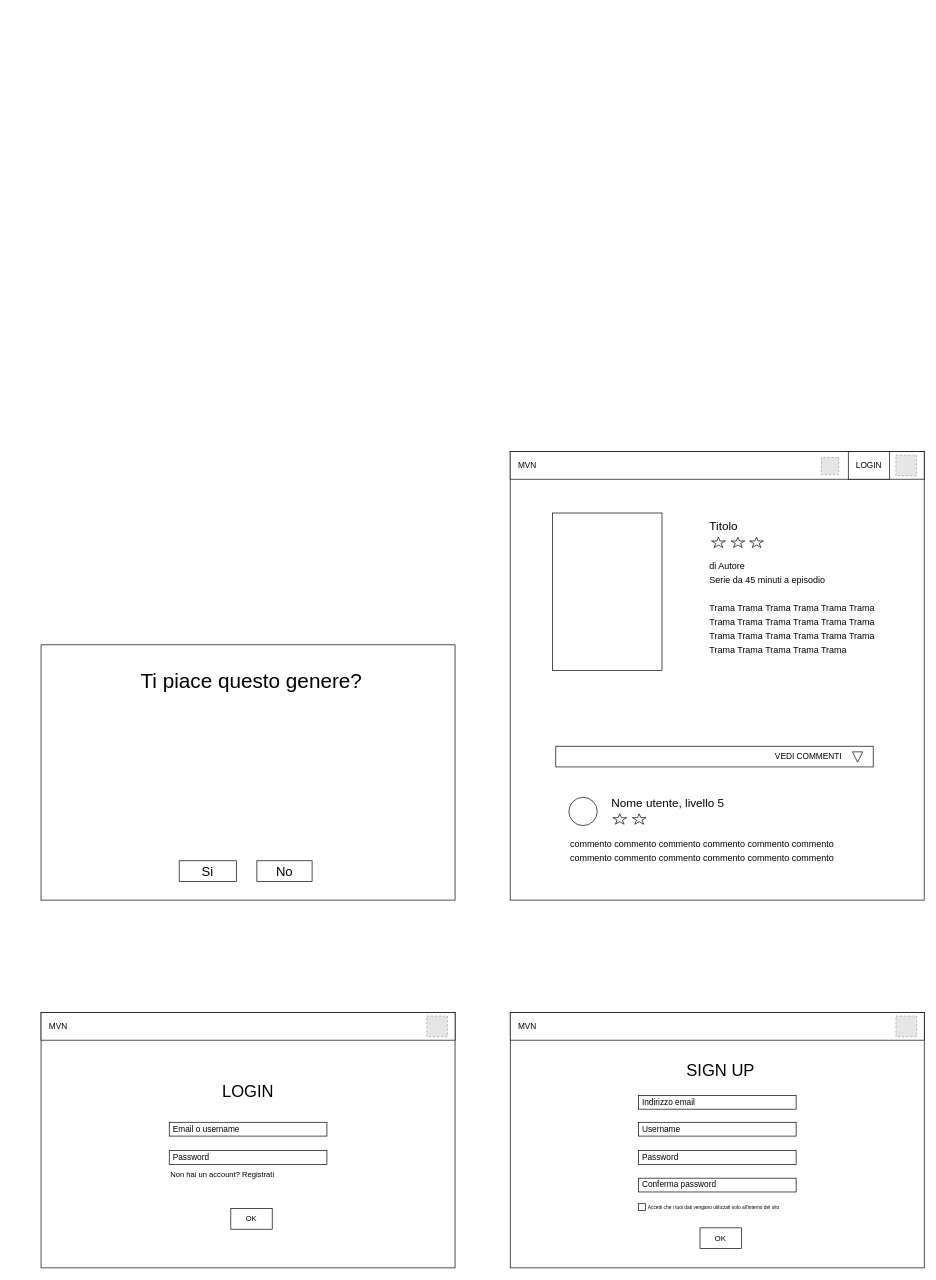
Above: FrontendSection1.drawio in Organizzazione-IngSoftware/D1Mockup (draw.io), before the change. Source tidied: cells renumbered, new cells numbered last; positions are measured from the earlier drawing's top-left corner, leaving out a move shared by most shapes. Both pictures are drawn from the tidied source at 69%, with x=0, y=0 at pixel (41, 451). Pictures stored in the file or linked from it are replaced by grey dashed boxes.
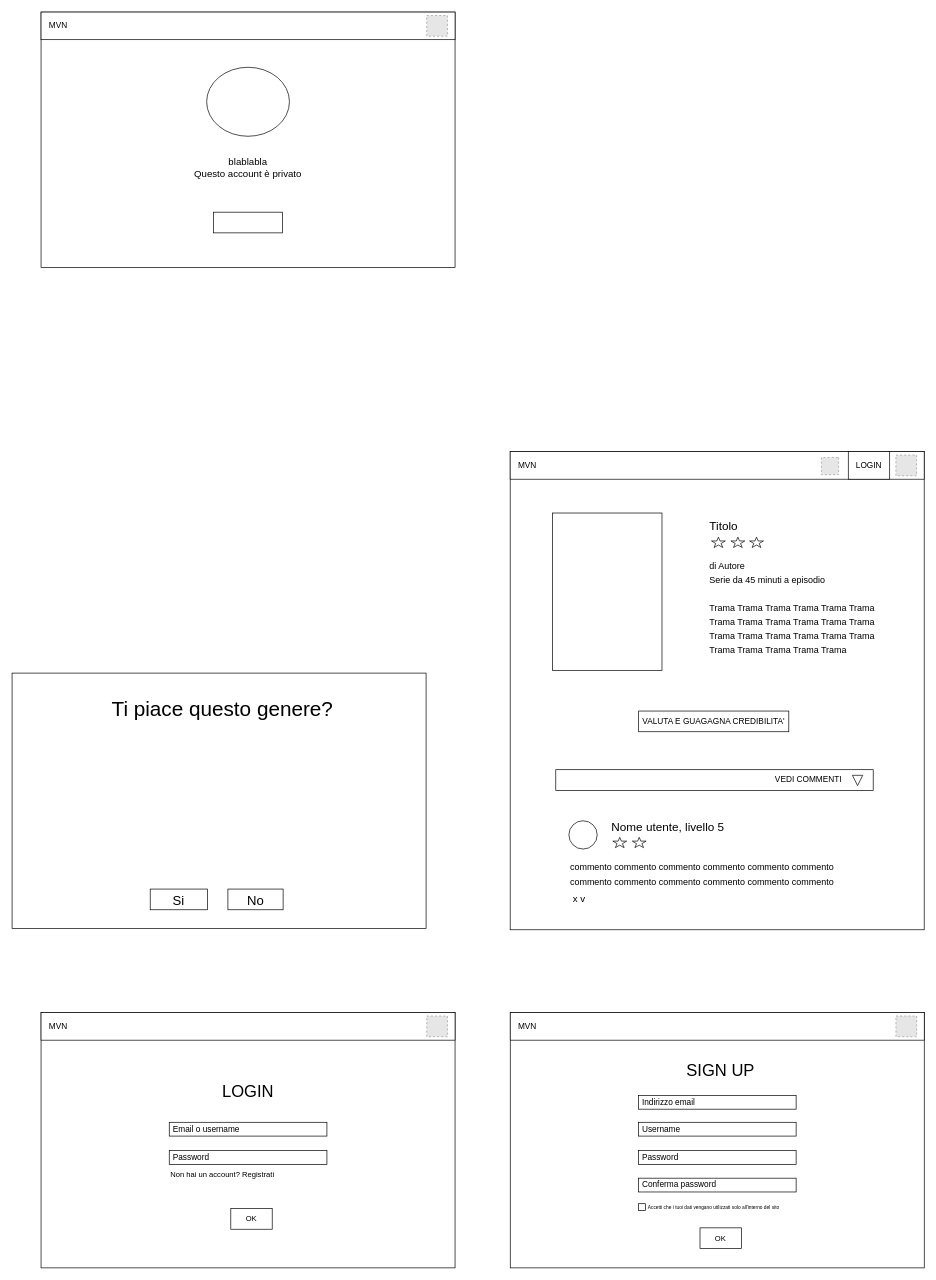
After the change.

Commit message:
Ultimo commit di oggi

The edit, as a diff of the source:
```diff
@@
     <mxCell id="23" style="rounded=0;whiteSpace=wrap;html=1;" parent="1" vertex="1">
-      <mxGeometry x="679.9" width="600" height="650" as="geometry" />
+      <mxGeometry x="679.9" width="600" height="693" as="geometry" />
     </mxCell>
@@
     <mxCell id="36" value="VEDI COMMENTI&amp;nbsp; &amp;nbsp; &amp;nbsp; &amp;nbsp; &amp;nbsp; &amp;nbsp; &amp;nbsp;" style="rounded=0;whiteSpace=wrap;html=1;align=right;" parent="1" vertex="1">
-      <mxGeometry x="746" y="427" width="460" height="30" as="geometry" />
+      <mxGeometry x="746" y="461" width="460" height="30" as="geometry" />
     </mxCell>
     <mxCell id="37" style="triangle;whiteSpace=wrap;html=1;rotation=90;" parent="1" vertex="1">
-      <mxGeometry x="1175.9" y="435.1" width="14.9" height="15" as="geometry" />
+      <mxGeometry x="1175.9" y="469.1" width="14.9" height="15" as="geometry" />
     </mxCell>
     <mxCell id="38" style="ellipse;whiteSpace=wrap;html=1;fontSize=30;" parent="1" vertex="1">
-      <mxGeometry x="765" y="501" width="41" height="41" as="geometry" />
+      <mxGeometry x="765" y="535" width="41" height="41" as="geometry" />
     </mxCell>
     <mxCell id="39" value="&lt;span style=&quot;font-size: 17px;&quot;&gt;Nome utente, livello 5&lt;/span&gt;" style="text;html=1;strokeColor=none;fillColor=none;align=left;verticalAlign=middle;whiteSpace=wrap;rounded=0;fontSize=7;" parent="1" vertex="1">
-      <mxGeometry x="825" y="496" width="240" height="30" as="geometry" />
+      <mxGeometry x="825" y="530" width="240" height="30" as="geometry" />
     </mxCell>
     <mxCell id="40" value="&lt;font style=&quot;font-size: 13px;&quot;&gt;commento commento commento commento commento commento commento commento commento commento commento commento&lt;br&gt;&lt;/font&gt;" style="text;html=1;strokeColor=none;fillColor=none;align=left;verticalAlign=middle;whiteSpace=wrap;rounded=0;fontSize=17;" parent="1" vertex="1">
-      <mxGeometry x="765" y="553" width="390" height="50" as="geometry" />
+      <mxGeometry x="765" y="587" width="390" height="50" as="geometry" />
     </mxCell>
     <mxCell id="41" style="verticalLabelPosition=bottom;verticalAlign=top;html=1;shape=mxgraph.basic.star;fontSize=17;" parent="1" vertex="1">
-      <mxGeometry x="828.7" y="525" width="20" height="15" as="geometry" />
+      <mxGeometry x="828.7" y="559" width="20" height="15" as="geometry" />
     </mxCell>
     <mxCell id="42" style="verticalLabelPosition=bottom;verticalAlign=top;html=1;shape=mxgraph.basic.star;fontSize=17;" parent="1" vertex="1">
-      <mxGeometry x="856.9" y="525" width="20" height="15" as="geometry" />
+      <mxGeometry x="856.9" y="559" width="20" height="15" as="geometry" />
     </mxCell>
     <mxCell id="43" style="rounded=0;whiteSpace=wrap;html=1;" parent="1" vertex="1">
-      <mxGeometry y="280" width="600" height="370" as="geometry" />
+      <mxGeometry x="-42" y="321" width="600" height="370" as="geometry" />
     </mxCell>
     <mxCell id="44" value="&lt;font style=&quot;font-size: 19px; line-height: 2;&quot;&gt;Si&lt;/font&gt;" style="rounded=0;whiteSpace=wrap;html=1;fontSize=30;" parent="1" vertex="1">
-      <mxGeometry x="200.2" y="593" width="82.8" height="30" as="geometry" />
+      <mxGeometry x="158.2" y="634" width="82.8" height="30" as="geometry" />
     </mxCell>
     <mxCell id="45" value="&lt;font style=&quot;font-size: 19px; line-height: 2;&quot;&gt;No&lt;/font&gt;" style="rounded=0;whiteSpace=wrap;html=1;fontSize=30;" parent="1" vertex="1">
-      <mxGeometry x="312.8" y="593" width="80" height="30" as="geometry" />
+      <mxGeometry x="270.8" y="634" width="80" height="30" as="geometry" />
     </mxCell>
     <mxCell id="46" value="&lt;div style=&quot;&quot;&gt;&lt;span style=&quot;background-color: initial;&quot;&gt;Ti piace questo genere?&lt;/span&gt;&lt;/div&gt;" style="text;html=1;strokeColor=none;fillColor=none;align=center;verticalAlign=middle;whiteSpace=wrap;rounded=0;fontSize=30;" parent="1" vertex="1">
-      <mxGeometry x="125" y="317" width="360" height="30" as="geometry" />
+      <mxGeometry x="83" y="358" width="360" height="30" as="geometry" />
     </mxCell>
+    <mxCell id="47" value="&lt;font style=&quot;font-size: 14px;&quot;&gt;x v&lt;/font&gt;" style="text;html=1;strokeColor=none;fillColor=none;align=center;verticalAlign=middle;whiteSpace=wrap;rounded=0;fontSize=19;" parent="1" vertex="1">
+      <mxGeometry x="766.8" y="632" width="25.5" height="30" as="geometry" />
+    </mxCell>
+    <mxCell id="48" style="rounded=0;whiteSpace=wrap;html=1;" parent="1" vertex="1">
+      <mxGeometry y="-637" width="600" height="370" as="geometry" />
+    </mxCell>
+    <mxCell id="49" style="rounded=0;whiteSpace=wrap;html=1;" parent="1" vertex="1">
+      <mxGeometry y="-637" width="600" height="40" as="geometry" />
+    </mxCell>
+    <mxCell id="50" style="fillColor=#E6E6E6;strokeColor=#999999;dashed=1;verticalLabelPosition=bottom;labelBackgroundColor=default;verticalAlign=top;" parent="1" vertex="1">
+      <mxGeometry x="559" y="-632" width="30" height="30" as="geometry" />
+    </mxCell>
+    <mxCell id="51" value="MVN" style="text;html=1;strokeColor=none;fillColor=none;align=center;verticalAlign=middle;whiteSpace=wrap;rounded=0;" parent="1" vertex="1">
+      <mxGeometry y="-632" width="50" height="30" as="geometry" />
+    </mxCell>
+    <mxCell id="52" style="ellipse;whiteSpace=wrap;html=1;fontSize=14;" parent="1" vertex="1">
+      <mxGeometry x="240" y="-557" width="120" height="100" as="geometry" />
+    </mxCell>
+    <mxCell id="53" style="rounded=0;whiteSpace=wrap;html=1;fontSize=14;" parent="1" vertex="1">
+      <mxGeometry x="250" y="-347" width="100" height="30" as="geometry" />
+    </mxCell>
+    <mxCell id="54" value="blablabla&lt;br&gt;Questo account è privato" style="text;html=1;strokeColor=none;fillColor=none;align=center;verticalAlign=middle;whiteSpace=wrap;rounded=0;fontSize=14;" parent="1" vertex="1">
+      <mxGeometry x="217" y="-427" width="166" height="30" as="geometry" />
+    </mxCell>
+    <mxCell id="55" value="VALUTA E GUAGAGNA CREDIBILITA'" style="rounded=0;whiteSpace=wrap;html=1;align=center;" parent="1" vertex="1">
+      <mxGeometry x="866.1" y="376" width="217.6" height="30" as="geometry" />
+    </mxCell>
```
